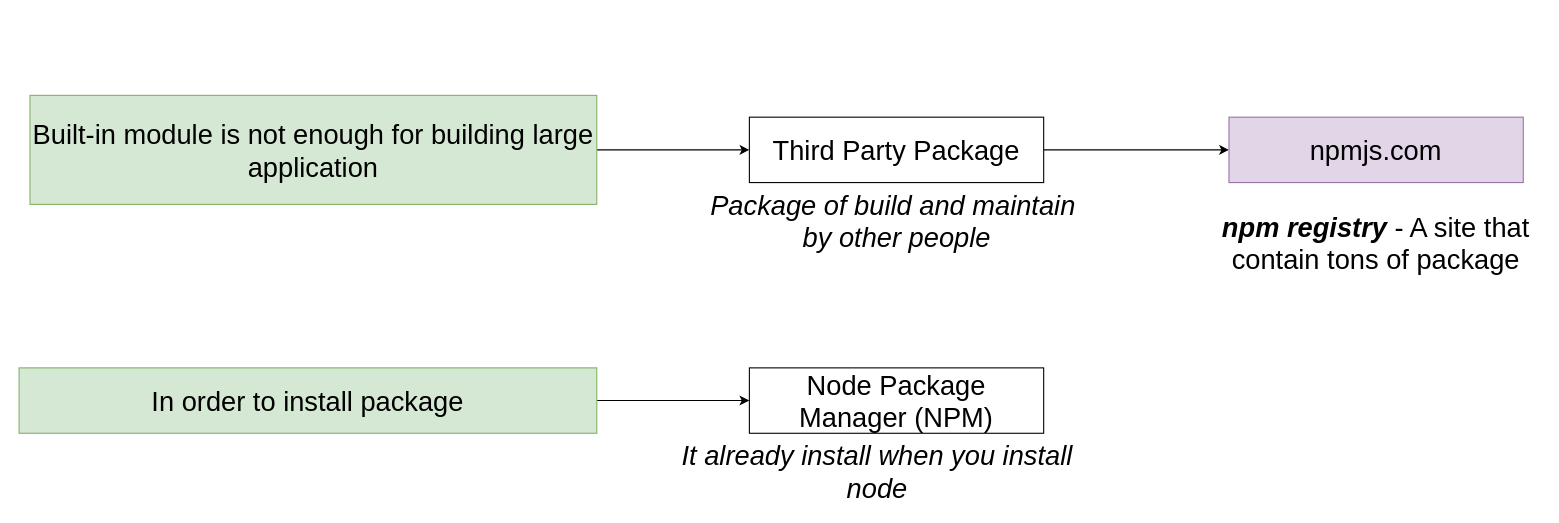
Earlier version of the draw.io diagram page "Why we need third party package" (2 of 9) of 04. Node Package Manager (NPM).drawio (tin-pham/NodeJS). Source tidied: cells renumbered, new cells numbered last; positions are measured from the earlier drawing's top-left corner, leaving out a move shared by most shapes. Both pictures are drawn from the tidied source at 109%, with x=0, y=0 at pixel (19, 95). Pictures stored in the file or linked from it are replaced by grey dashed boxes.
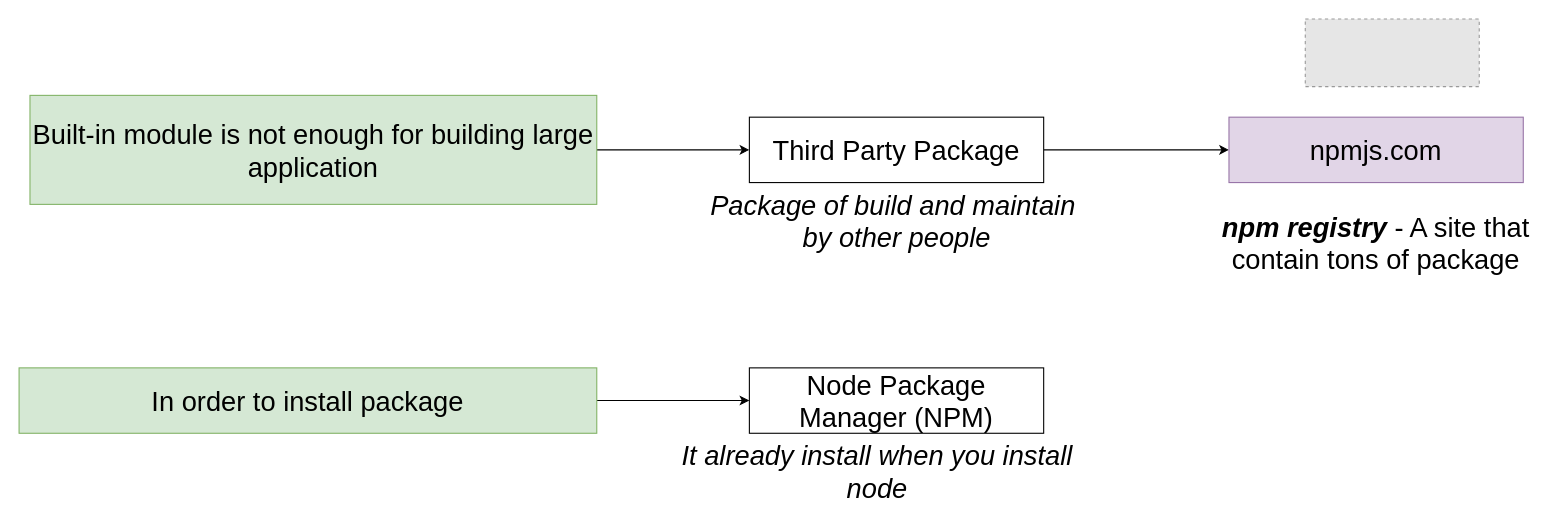
The same diagram, later.

The edit, as a diff of the source:
```diff
@@
 <mxGraphModel>
   <root>
     <mxCell id="0" />
     <mxCell id="1" parent="0" />
     <mxCell id="2" style="edgeStyle=none;rounded=0;jettySize=auto;html=1;fontFamily=Comfortaa;fontSize=25;" parent="1" edge="1" source="3" target="5">
       <mxGeometry relative="1" as="geometry" />
     </mxCell>
     <mxCell id="3" value="Built-in module is not enough for building large application" style="rounded=0;whiteSpace=wrap;html=1;fontFamily=Comfortaa;fontSize=25;fillColor=#d5e8d4;strokeColor=#82b366;" parent="1" vertex="1">
       <mxGeometry x="10" width="520" height="100" as="geometry" />
     </mxCell>
     <mxCell id="4" style="edgeStyle=none;rounded=0;jettySize=auto;html=1;fontFamily=Comfortaa;fontSize=25;" parent="1" edge="1" source="5" target="7">
       <mxGeometry relative="1" as="geometry" />
     </mxCell>
     <mxCell id="5" value="Third Party Package" style="rounded=0;whiteSpace=wrap;html=1;fontFamily=Comfortaa;fontSize=25;" parent="1" vertex="1">
       <mxGeometry x="670" y="20" width="270" height="60" as="geometry" />
     </mxCell>
     <mxCell id="6" value="Package of build and maintain&amp;nbsp; by other people" style="text;html=1;strokeColor=none;fillColor=none;align=center;verticalAlign=middle;whiteSpace=wrap;rounded=0;fontFamily=Comfortaa;fontSize=25;fontStyle=2;" parent="1" vertex="1">
       <mxGeometry x="617.5" y="100" width="375" height="30" as="geometry" />
     </mxCell>
     <mxCell id="7" value="npmjs.com" style="rounded=0;whiteSpace=wrap;html=1;fontFamily=Comfortaa;fontSize=25;fillColor=#e1d5e7;strokeColor=#9673a6;" parent="1" vertex="1">
       <mxGeometry x="1110" y="20" width="270" height="60" as="geometry" />
     </mxCell>
     <mxCell id="8" value="&lt;i&gt;&lt;b&gt;npm registry&lt;/b&gt;&lt;/i&gt; - A site that contain tons of package" style="text;html=1;strokeColor=none;fillColor=none;align=center;verticalAlign=middle;whiteSpace=wrap;rounded=0;fontFamily=Comfortaa;fontSize=25;" parent="1" vertex="1">
       <mxGeometry x="1095" y="120" width="300" height="30" as="geometry" />
     </mxCell>
     <mxCell id="9" style="edgeStyle=none;rounded=0;jettySize=auto;html=1;entryX=0;entryY=0.5;entryDx=0;entryDy=0;fontFamily=Comfortaa;fontSize=25;" parent="1" edge="1" source="10" target="11">
       <mxGeometry relative="1" as="geometry" />
     </mxCell>
     <mxCell id="10" value="In order to install package" style="rounded=0;whiteSpace=wrap;html=1;fontFamily=Comfortaa;fontSize=25;fillColor=#d5e8d4;strokeColor=#82b366;" parent="1" vertex="1">
       <mxGeometry y="250" width="530" height="60" as="geometry" />
     </mxCell>
     <mxCell id="11" value="Node Package Manager (NPM)" style="rounded=0;whiteSpace=wrap;html=1;fontFamily=Comfortaa;fontSize=25;" parent="1" vertex="1">
       <mxGeometry x="670" y="250" width="270" height="60" as="geometry" />
     </mxCell>
     <mxCell id="12" value="It already install when you install node" style="text;html=1;strokeColor=none;fillColor=none;align=center;verticalAlign=middle;whiteSpace=wrap;rounded=0;fontFamily=Comfortaa;fontSize=25;fontStyle=2;" parent="1" vertex="1">
       <mxGeometry x="600" y="330" width="375" height="30" as="geometry" />
     </mxCell>
+    <mxCell id="13" style="fillColor=#E6E6E6;strokeColor=#999999;dashed=1;verticalLabelPosition=bottom;labelBackgroundColor=default;verticalAlign=top;" parent="1" vertex="1">
+      <mxGeometry x="1180" y="-70" width="159.6" height="62" as="geometry" />
+    </mxCell>
   </root>
 </mxGraphModel>
```
